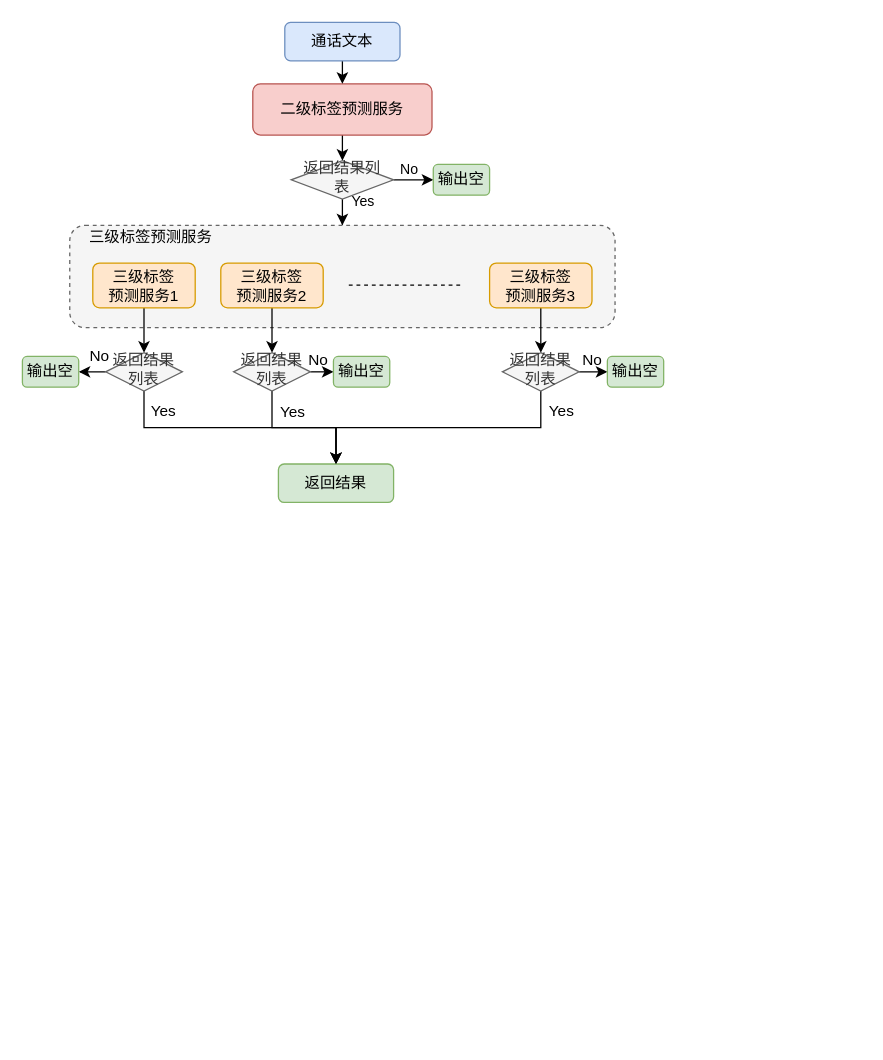
The draw.io diagram nlp/KYC.drawio in MMMLMF/notes, before the edit. Source tidied: cells renumbered, new cells numbered last; positions are measured from the earlier drawing's top-left corner, leaving out a move shared by most shapes. Both pictures are drawn from the tidied source at 128%, with x=0, y=0 at pixel (22, 22).
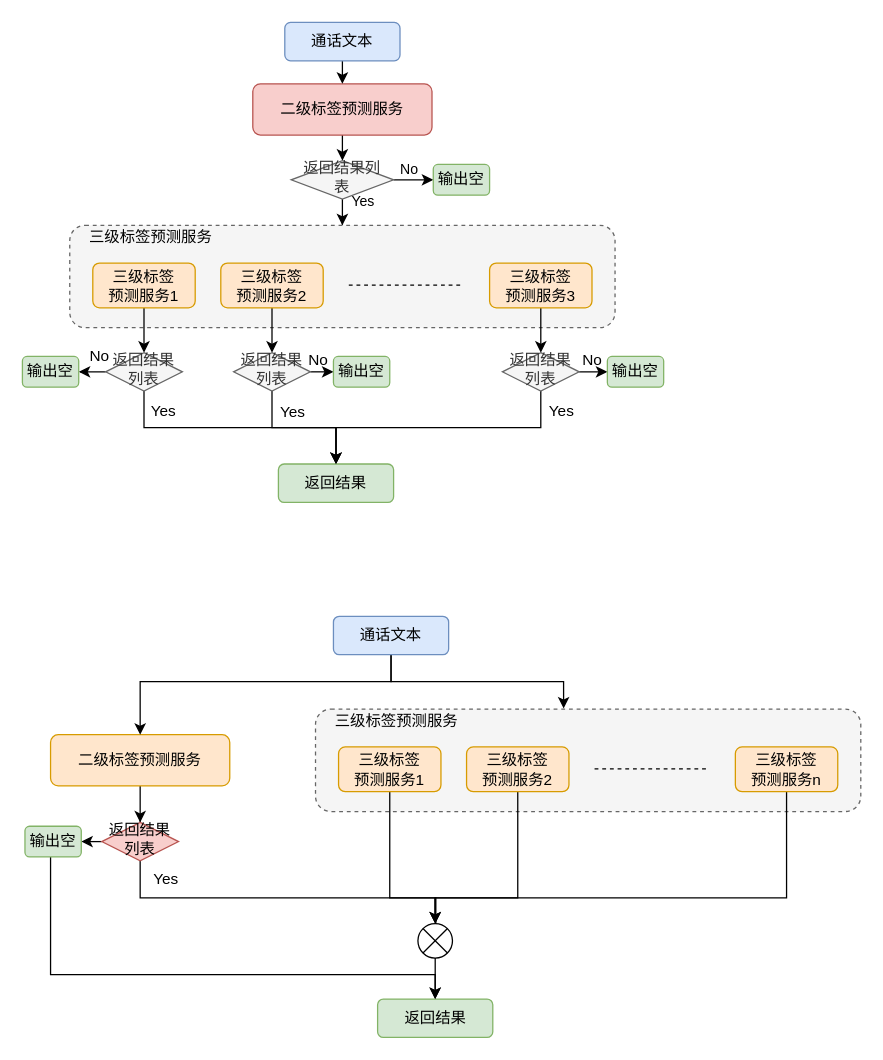
Above is the later version.

What changed in the source:
```diff
@@
+    <mxCell id="40" style="rounded=1;whiteSpace=wrap;html=1;fillColor=#f5f5f5;dashed=1;strokeColor=#666666;fontColor=#333333;" parent="1" vertex="1">
+      <mxGeometry x="229" y="536.5" width="426" height="80" as="geometry" />
+    </mxCell>
+    <mxCell id="41" style="edgeStyle=orthogonalEdgeStyle;rounded=0;jettySize=auto;html=1;exitX=0.5;exitY=1;exitDx=0;exitDy=0;entryX=0.5;entryY=0;entryDx=0;entryDy=0;" parent="1" edge="1" source="42" target="57">
+      <mxGeometry relative="1" as="geometry" />
+    </mxCell>
+    <mxCell id="42" value="二级标签预测服务" style="rounded=1;whiteSpace=wrap;html=1;fillColor=#ffe6cc;strokeColor=#d79b00;" parent="1" vertex="1">
+      <mxGeometry x="22" y="556.5" width="140" height="40" as="geometry" />
+    </mxCell>
+    <mxCell id="43" style="edgeStyle=orthogonalEdgeStyle;rounded=0;jettySize=auto;html=1;exitX=0.5;exitY=1;exitDx=0;exitDy=0;entryX=0.5;entryY=0;entryDx=0;entryDy=0;" parent="1" edge="1" source="45" target="42">
+      <mxGeometry relative="1" as="geometry">
+        <Array as="points">
+          <mxPoint x="288" y="515" />
+          <mxPoint x="92" y="515" />
+        </Array>
+      </mxGeometry>
+    </mxCell>
+    <mxCell id="44" style="edgeStyle=orthogonalEdgeStyle;rounded=0;jettySize=auto;html=1;exitX=0.5;exitY=1;exitDx=0;exitDy=0;entryX=0.455;entryY=-0.006;entryDx=0;entryDy=0;entryPerimeter=0;" parent="1" edge="1" source="45" target="40">
+      <mxGeometry relative="1" as="geometry">
+        <Array as="points">
+          <mxPoint x="288" y="515" />
+          <mxPoint x="423" y="515" />
+        </Array>
+      </mxGeometry>
+    </mxCell>
+    <mxCell id="45" value="通话文本" style="rounded=1;whiteSpace=wrap;html=1;fontSize=12;glass=0;strokeWidth=1;shadow=0;fillColor=#dae8fc;strokeColor=#6c8ebf;" parent="1" vertex="1">
+      <mxGeometry x="243" y="464" width="90" height="30" as="geometry" />
+    </mxCell>
+    <mxCell id="46" style="edgeStyle=orthogonalEdgeStyle;rounded=0;jettySize=auto;html=1;exitX=0.5;exitY=1;exitDx=0;exitDy=0;entryX=0.5;entryY=0;entryDx=0;entryDy=0;" parent="1" edge="1" source="47" target="62">
+      <mxGeometry relative="1" as="geometry">
+        <Array as="points">
+          <mxPoint x="387" y="684" />
+          <mxPoint x="323" y="684" />
+        </Array>
+      </mxGeometry>
+    </mxCell>
+    <mxCell id="47" value="三级标签&lt;br&gt;预测服务2" style="rounded=1;whiteSpace=wrap;html=1;fillColor=#ffe6cc;strokeColor=#d79b00;" parent="1" vertex="1">
+      <mxGeometry x="347" y="566" width="80" height="35" as="geometry" />
+    </mxCell>
+    <mxCell id="48" style="edgeStyle=orthogonalEdgeStyle;rounded=0;jettySize=auto;html=1;exitX=0.5;exitY=1;exitDx=0;exitDy=0;entryX=0.5;entryY=0;entryDx=0;entryDy=0;" parent="1" edge="1" source="49" target="62">
+      <mxGeometry relative="1" as="geometry">
+        <Array as="points">
+          <mxPoint x="287" y="684" />
+          <mxPoint x="323" y="684" />
+        </Array>
+      </mxGeometry>
+    </mxCell>
+    <mxCell id="49" value="三级标签&lt;br&gt;预测服务1" style="rounded=1;whiteSpace=wrap;html=1;fillColor=#ffe6cc;strokeColor=#d79b00;" parent="1" vertex="1">
+      <mxGeometry x="247" y="566" width="80" height="35" as="geometry" />
+    </mxCell>
+    <mxCell id="50" style="edgeStyle=orthogonalEdgeStyle;rounded=0;jettySize=auto;html=1;entryX=0.5;entryY=0;entryDx=0;entryDy=0;" parent="1" edge="1" source="51" target="62">
+      <mxGeometry relative="1" as="geometry">
+        <Array as="points">
+          <mxPoint x="597" y="684" />
+          <mxPoint x="322" y="684" />
+        </Array>
+      </mxGeometry>
+    </mxCell>
+    <mxCell id="51" value="三级标签&lt;br&gt;预测服务n" style="rounded=1;whiteSpace=wrap;html=1;fillColor=#ffe6cc;strokeColor=#d79b00;" parent="1" vertex="1">
+      <mxGeometry x="557" y="566" width="80" height="35" as="geometry" />
+    </mxCell>
+    <mxCell id="52" value="&lt;span&gt;三级标签预测服务&lt;/span&gt;" style="text;html=1;align=center;verticalAlign=middle;strokeColor=none;" parent="1" vertex="1">
+      <mxGeometry x="237" y="536" width="110" height="20" as="geometry" />
+    </mxCell>
+    <mxCell id="53" style="endArrow=none;dashed=1;html=1;strokeWidth=1;" parent="1" edge="1">
+      <mxGeometry relative="1" as="geometry">
+        <mxPoint x="447" y="583.2" as="sourcePoint" />
+        <mxPoint x="537" y="583.2" as="targetPoint" />
+      </mxGeometry>
+    </mxCell>
+    <mxCell id="54" value="返回结果" style="rounded=1;whiteSpace=wrap;html=1;fontSize=12;glass=0;strokeWidth=1;shadow=0;fillColor=#d5e8d4;strokeColor=#82b366;" parent="1" vertex="1">
+      <mxGeometry x="277.5" y="763" width="90" height="30" as="geometry" />
+    </mxCell>
+    <mxCell id="55" style="edgeStyle=orthogonalEdgeStyle;rounded=0;jettySize=auto;html=1;exitX=0;exitY=0.5;exitDx=0;exitDy=0;entryX=1;entryY=0.5;entryDx=0;entryDy=0;" parent="1" edge="1" source="57" target="59">
+      <mxGeometry relative="1" as="geometry" />
+    </mxCell>
+    <mxCell id="56" style="edgeStyle=orthogonalEdgeStyle;rounded=0;jettySize=auto;html=1;exitX=0.5;exitY=1;exitDx=0;exitDy=0;entryX=0.5;entryY=0;entryDx=0;entryDy=0;" parent="1" edge="1" target="62">
+      <mxGeometry relative="1" as="geometry">
+        <mxPoint x="92" y="623" as="sourcePoint" />
+        <Array as="points">
+          <mxPoint x="92" y="684" />
+          <mxPoint x="323" y="684" />
+          <mxPoint x="323" y="714" />
+        </Array>
+      </mxGeometry>
+    </mxCell>
+    <mxCell id="57" value="返回结果列表" style="rhombus;whiteSpace=wrap;html=1;shadow=0;fontFamily=Helvetica;fontSize=12;align=center;strokeWidth=1;spacing=6;spacingTop=-4;fillColor=#f8cecc;strokeColor=#b85450;" parent="1" vertex="1">
+      <mxGeometry x="62" y="625" width="60" height="30" as="geometry" />
+    </mxCell>
+    <mxCell id="58" style="edgeStyle=orthogonalEdgeStyle;rounded=0;jettySize=auto;html=1;entryX=0.5;entryY=0;entryDx=0;entryDy=0;" parent="1" edge="1" source="59" target="54">
+      <mxGeometry relative="1" as="geometry">
+        <Array as="points">
+          <mxPoint x="22" y="744" />
+          <mxPoint x="323" y="744" />
+        </Array>
+      </mxGeometry>
+    </mxCell>
+    <mxCell id="59" value="输出空" style="rounded=1;whiteSpace=wrap;html=1;fontSize=12;glass=0;strokeWidth=1;shadow=0;fillColor=#d5e8d4;strokeColor=#82b366;" parent="1" vertex="1">
+      <mxGeometry x="2" y="628" width="44" height="24" as="geometry" />
+    </mxCell>
+    <mxCell id="60" value="Yes" style="text;html=1;align=center;verticalAlign=middle;strokeColor=none;" parent="1" vertex="1">
+      <mxGeometry x="92" y="660" width="40" height="20" as="geometry" />
+    </mxCell>
+    <mxCell id="61" style="edgeStyle=orthogonalEdgeStyle;rounded=0;jettySize=auto;html=1;exitX=0.5;exitY=1;exitDx=0;exitDy=0;entryX=0.5;entryY=0;entryDx=0;entryDy=0;" parent="1" edge="1" source="62" target="54">
+      <mxGeometry relative="1" as="geometry" />
+    </mxCell>
+    <mxCell id="62" style="shape=sumEllipse;perimeter=ellipsePerimeter;whiteSpace=wrap;html=1;backgroundOutline=1;" parent="1" vertex="1">
+      <mxGeometry x="309" y="704" width="27" height="27" as="geometry" />
+    </mxCell>
```
